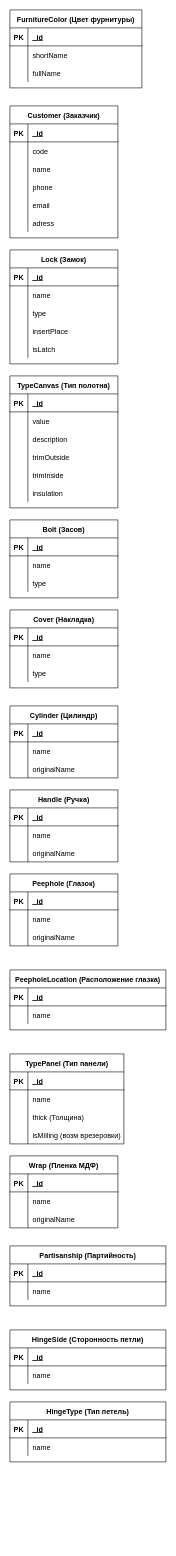
Above: schema.drawio in ProSysYo/bunker (draw.io), before the change. Source tidied: cells renumbered, new cells numbered last; positions are measured from the earlier drawing's top-left corner, leaving out a move shared by most shapes. Both pictures are drawn from the tidied source at 60%, with x=0, y=0 at pixel (10, 10).
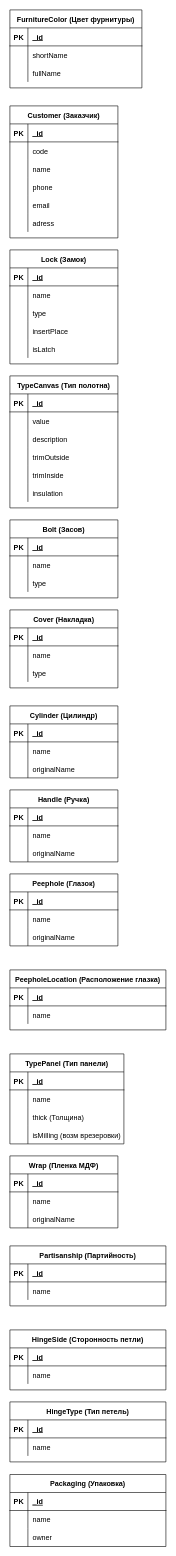
After the change.

Diff of the diagram source:
```diff
@@
+    <mxCell id="167" value="Packaging (Упаковка)" style="shape=table;startSize=30;childLayout=tableLayout;rowLines=0;fontStyle=1;align=center;" parent="1" vertex="1">
+      <mxGeometry y="2441" width="260" height="120" as="geometry" />
+    </mxCell>
+    <mxCell id="168" style="shape=partialRectangle;fillColor=none;top=0;left=0;bottom=1;right=0;" parent="167" vertex="1">
+      <mxGeometry y="30" width="260" height="30" as="geometry" />
+    </mxCell>
+    <mxCell id="169" value="PK" style="shape=partialRectangle;fillColor=none;top=0;left=0;bottom=0;right=0;fontStyle=1;overflow=hidden;" parent="168" vertex="1">
+      <mxGeometry width="30" height="30" as="geometry" />
+    </mxCell>
+    <mxCell id="170" value="_id" style="shape=partialRectangle;fillColor=none;top=0;left=0;bottom=0;right=0;align=left;spacingLeft=6;fontStyle=5;overflow=hidden;" parent="168" vertex="1">
+      <mxGeometry x="30" width="230" height="30" as="geometry" />
+    </mxCell>
+    <mxCell id="171" style="shape=partialRectangle;fillColor=none;top=0;left=0;bottom=0;right=0;" parent="167" vertex="1">
+      <mxGeometry y="60" width="260" height="30" as="geometry" />
+    </mxCell>
+    <mxCell id="172" style="shape=partialRectangle;fillColor=none;top=0;left=0;bottom=0;right=0;overflow=hidden;" parent="171" vertex="1">
+      <mxGeometry width="30" height="30" as="geometry" />
+    </mxCell>
+    <mxCell id="173" value="name" style="shape=partialRectangle;fillColor=none;top=0;left=0;bottom=0;right=0;align=left;spacingLeft=6;overflow=hidden;" parent="171" vertex="1">
+      <mxGeometry x="30" width="230" height="30" as="geometry" />
+    </mxCell>
+    <mxCell id="174" style="shape=partialRectangle;fillColor=none;top=0;left=0;bottom=0;right=0;" parent="167" vertex="1">
+      <mxGeometry y="90" width="260" height="30" as="geometry" />
+    </mxCell>
+    <mxCell id="175" style="shape=partialRectangle;fillColor=none;top=0;left=0;bottom=0;right=0;overflow=hidden;" parent="174" vertex="1">
+      <mxGeometry width="30" height="30" as="geometry" />
+    </mxCell>
+    <mxCell id="176" value="owner" style="shape=partialRectangle;fillColor=none;top=0;left=0;bottom=0;right=0;align=left;spacingLeft=6;overflow=hidden;" parent="174" vertex="1">
+      <mxGeometry x="30" width="230" height="30" as="geometry" />
+    </mxCell>
```
